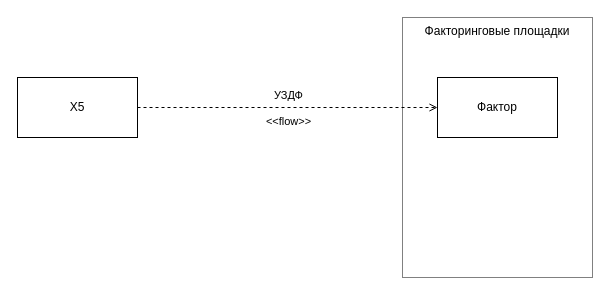
Tonop/X5 keeps this draw.io diagram as page "Page-1" (1 of 2) of Диаграмма без названия.drawio. Above is the earlier version. Source tidied: cells renumbered, new cells numbered last; positions are measured from the earlier drawing's top-left corner, leaving out a move shared by most shapes. Both pictures are drawn from the tidied source at 100%, with x=0, y=0 at pixel (17, 17).
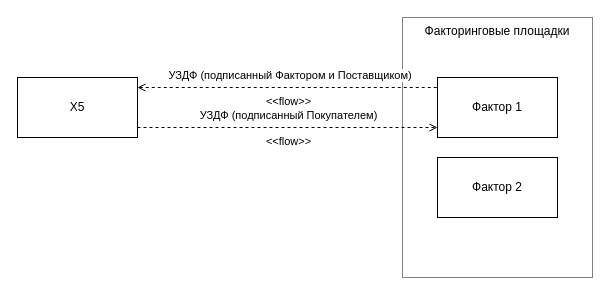
The same diagram, later.

Change to the diagram source:
```diff
@@
 <mxGraphModel>
   <root>
     <mxCell id="0" />
     <mxCell id="1" parent="0" />
     <mxCell id="2" value="Факторинговые площадки" style="rounded=0;whiteSpace=wrap;html=1;dashed=1;dashPattern=1 1;verticalAlign=top;" parent="1" vertex="1">
       <mxGeometry x="385" width="190" height="260" as="geometry" />
     </mxCell>
     <mxCell id="3" value="X5" style="rounded=0;whiteSpace=wrap;html=1;" parent="1" vertex="1">
       <mxGeometry y="60" width="120" height="60" as="geometry" />
     </mxCell>
-    <mxCell id="4" value="Фактор" style="rounded=0;whiteSpace=wrap;html=1;" parent="1" vertex="1">
+    <mxCell id="4" value="Фактор 1" style="rounded=0;whiteSpace=wrap;html=1;" parent="1" vertex="1">
       <mxGeometry x="420" y="60" width="120" height="60" as="geometry" />
     </mxCell>
     <mxCell id="5" style="endArrow=open;html=1;rounded=0;dashed=1;strokeColor=default;startArrow=none;startFill=0;endFill=0;labelPosition=center;verticalLabelPosition=bottom;align=center;verticalAlign=top;flowAnimation=0;" parent="1" edge="1">
       <mxGeometry relative="1" as="geometry">
-        <mxPoint x="120" y="90" as="sourcePoint" />
-        <mxPoint x="420" y="90" as="targetPoint" />
+        <mxPoint x="120" y="110" as="sourcePoint" />
+        <mxPoint x="420" y="110" as="targetPoint" />
       </mxGeometry>
     </mxCell>
     <mxCell id="6" value="&amp;lt;&amp;lt;flow&amp;gt;&amp;gt;" style="edgeLabel;html=1;align=center;verticalAlign=middle;" parent="5" vertex="1">
       <mxGeometry relative="1" as="geometry">
         <mxPoint y="13" as="offset" />
       </mxGeometry>
     </mxCell>
-    <mxCell id="7" value="УЗДФ" style="edgeLabel;html=1;align=center;verticalAlign=middle;" parent="5" vertex="1">
+    <mxCell id="7" value="УЗДФ (подписанный Покупателем)" style="edgeLabel;html=1;align=center;verticalAlign=middle;" parent="5" vertex="1">
       <mxGeometry relative="1" as="geometry">
         <mxPoint y="-13" as="offset" />
       </mxGeometry>
     </mxCell>
+    <mxCell id="8" value="Фактор 2" style="rounded=0;whiteSpace=wrap;html=1;" parent="1" vertex="1">
+      <mxGeometry x="420" y="140" width="120" height="60" as="geometry" />
+    </mxCell>
+    <mxCell id="9" style="endArrow=none;html=1;rounded=0;dashed=1;strokeColor=default;startArrow=open;startFill=0;endFill=0;labelPosition=center;verticalLabelPosition=bottom;align=center;verticalAlign=top;flowAnimation=0;" parent="1" edge="1">
+      <mxGeometry relative="1" as="geometry">
+        <mxPoint x="120" y="70" as="sourcePoint" />
+        <mxPoint x="420" y="70" as="targetPoint" />
+      </mxGeometry>
+    </mxCell>
+    <mxCell id="10" value="&amp;lt;&amp;lt;flow&amp;gt;&amp;gt;" style="edgeLabel;html=1;align=center;verticalAlign=middle;" parent="9" vertex="1">
+      <mxGeometry relative="1" as="geometry">
+        <mxPoint y="13" as="offset" />
+      </mxGeometry>
+    </mxCell>
+    <mxCell id="11" value="&amp;nbsp;УЗДФ (подписанный Фактором и Поставщиком)" style="edgeLabel;html=1;align=center;verticalAlign=middle;" parent="9" vertex="1">
+      <mxGeometry relative="1" as="geometry">
+        <mxPoint y="-13" as="offset" />
+      </mxGeometry>
+    </mxCell>
   </root>
 </mxGraphModel>
```
